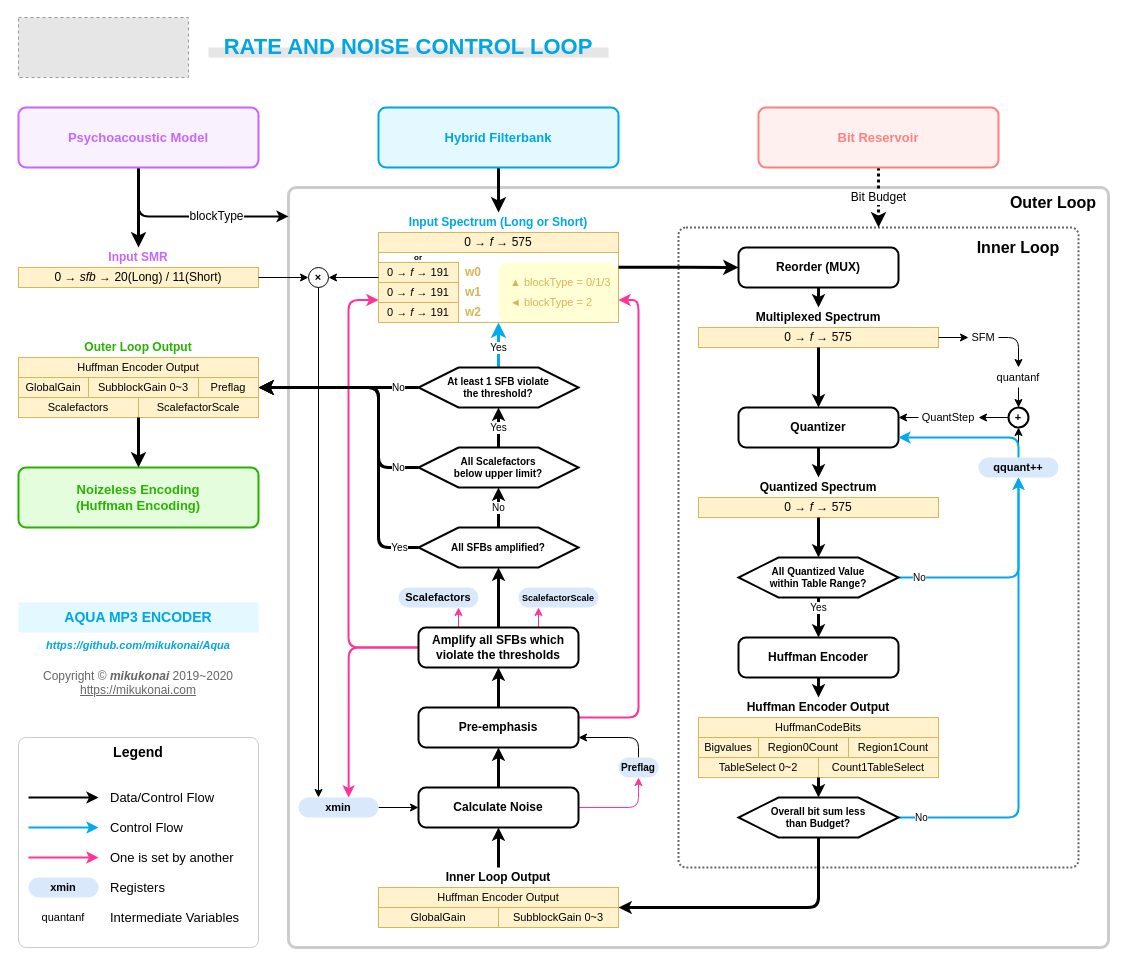
This is documentation/aqua-rdo-loop.drawio from bd4sur/Aqua, a draw.io file, before an edit. Source tidied: cells renumbered, new cells numbered last; positions are measured from the earlier drawing's top-left corner, leaving out a move shared by most shapes. Both pictures are drawn from the tidied source at 100%, with x=0, y=0 at pixel (18, 17). Pictures stored in the file or linked from it are replaced by grey dashed boxes.
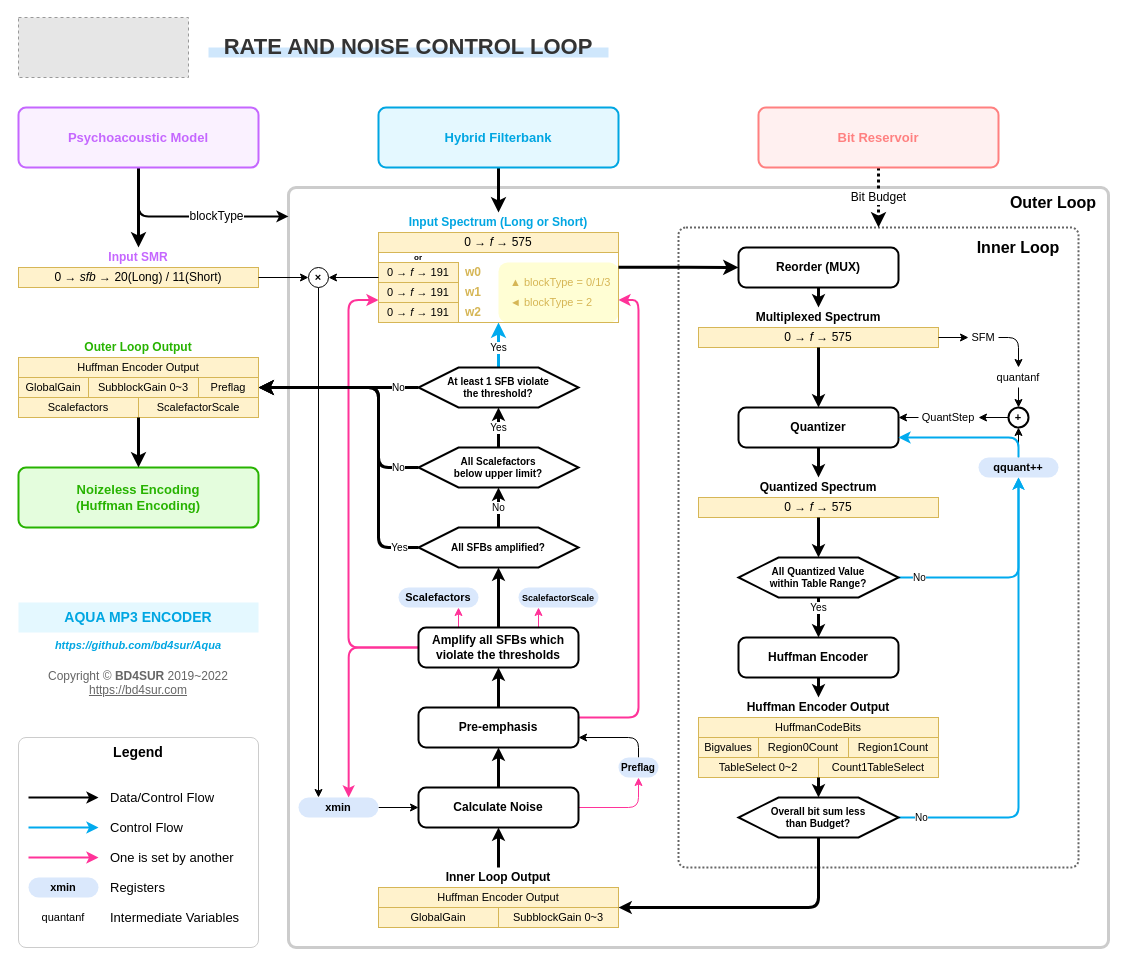
Above is the later version.

Change to the diagram source:
```diff
@@
-    <mxCell id="2" value="&lt;font style=&quot;font-size: 21px&quot;&gt;&lt;br style=&quot;font-size: 21px&quot;&gt;&lt;/font&gt;" style="text;html=1;strokeColor=none;fillColor=#E6E6E6;align=center;verticalAlign=middle;whiteSpace=wrap;rounded=0;labelBackgroundColor=none;fontFamily=Helvetica;fontSize=21;fontColor=#00A6E2;fontStyle=1;labelBorderColor=none;arcSize=27;" parent="1" vertex="1">
+    <mxCell id="2" value="&lt;font style=&quot;font-size: 21px&quot;&gt;&lt;br style=&quot;font-size: 21px&quot;&gt;&lt;/font&gt;" style="text;html=1;strokeColor=none;align=center;verticalAlign=middle;whiteSpace=wrap;rounded=0;labelBackgroundColor=none;fontFamily=Helvetica;fontSize=21;fontColor=#00A6E2;fontStyle=1;labelBorderColor=none;arcSize=27;fillColor=#18e;opacity=20;" parent="1" vertex="1">
       <mxGeometry x="190" y="30" width="400" height="10" as="geometry" />
     </mxCell>
@@
-    <mxCell id="136" value="&lt;font style=&quot;font-size: 22px;&quot;&gt;RATE AND NOISE CONTROL LOOP&lt;br style=&quot;font-size: 22px;&quot;&gt;&lt;/font&gt;" style="text;html=1;strokeColor=none;fillColor=none;align=center;verticalAlign=middle;whiteSpace=wrap;rounded=0;labelBackgroundColor=none;fontFamily=Helvetica;fontSize=22;fontColor=#00A6E2;fontStyle=1;labelBorderColor=none;arcSize=27;" parent="1" vertex="1">
+    <mxCell id="136" value="&lt;font style=&quot;font-size: 22px&quot;&gt;&lt;font color=&quot;#333333&quot;&gt;RATE AND NOISE CONTROL LOOP&lt;/font&gt;&lt;br style=&quot;font-size: 22px&quot;&gt;&lt;/font&gt;" style="text;html=1;strokeColor=none;fillColor=none;align=center;verticalAlign=middle;whiteSpace=wrap;rounded=0;labelBackgroundColor=none;fontFamily=Helvetica;fontSize=22;fontColor=#00A6E2;fontStyle=1;labelBorderColor=none;arcSize=27;" parent="1" vertex="1">
       <mxGeometry x="180" y="10" width="420" height="40" as="geometry" />
     </mxCell>
-    <mxCell id="137" value="&lt;font style=&quot;font-size: 12px;&quot;&gt;Copyright © &lt;i style=&quot;font-weight: bold; font-size: 12px;&quot;&gt;mikukonai&lt;/i&gt; 2019~2020&lt;br style=&quot;font-size: 12px;&quot;&gt;&lt;u style=&quot;font-size: 12px;&quot;&gt;https://mikukonai.com&lt;/u&gt;&lt;br style=&quot;font-size: 12px;&quot;&gt;&lt;/font&gt;" style="text;html=1;strokeColor=none;fillColor=none;align=center;verticalAlign=top;whiteSpace=wrap;rounded=0;fontSize=12;fontStyle=0;fontColor=#666666;fontFamily=Helvetica;" parent="1" vertex="1">
+    <mxCell id="137" value="&lt;font style=&quot;font-size: 12px&quot;&gt;Copyright © &lt;span style=&quot;font-weight: bold ; font-size: 12px&quot;&gt;BD4SUR&lt;/span&gt;&amp;nbsp;2019~2022&lt;br style=&quot;font-size: 12px&quot;&gt;&lt;u style=&quot;font-size: 12px&quot;&gt;https://bd4sur.com&lt;/u&gt;&lt;br style=&quot;font-size: 12px&quot;&gt;&lt;/font&gt;" style="text;html=1;strokeColor=none;fillColor=none;align=center;verticalAlign=top;whiteSpace=wrap;rounded=0;fontSize=12;fontStyle=0;fontColor=#666666;fontFamily=Helvetica;" parent="1" vertex="1">
       <mxGeometry y="645" width="240" height="40" as="geometry" />
     </mxCell>
-    <mxCell id="138" value="&lt;font style=&quot;font-size: 11px;&quot;&gt;&lt;span style=&quot;font-size: 11px;&quot;&gt;https://github.com/mikukonai/Aqua&lt;/span&gt;&lt;br style=&quot;font-size: 11px;&quot;&gt;&lt;/font&gt;" style="text;html=1;strokeColor=none;fillColor=none;align=center;verticalAlign=top;whiteSpace=wrap;rounded=0;fontSize=11;fontStyle=3;fontColor=#00A6E2;fontFamily=Helvetica;" parent="1" vertex="1">
+    <mxCell id="138" value="&lt;font style=&quot;font-size: 11px&quot;&gt;&lt;span style=&quot;font-size: 11px&quot;&gt;https://github.com/bd4sur/Aqua&lt;/span&gt;&lt;br style=&quot;font-size: 11px&quot;&gt;&lt;/font&gt;" style="text;html=1;strokeColor=none;fillColor=none;align=center;verticalAlign=top;whiteSpace=wrap;rounded=0;fontSize=11;fontStyle=3;fontColor=#00A6E2;fontFamily=Helvetica;" parent="1" vertex="1">
       <mxGeometry y="615" width="240" height="30" as="geometry" />
     </mxCell>
```
